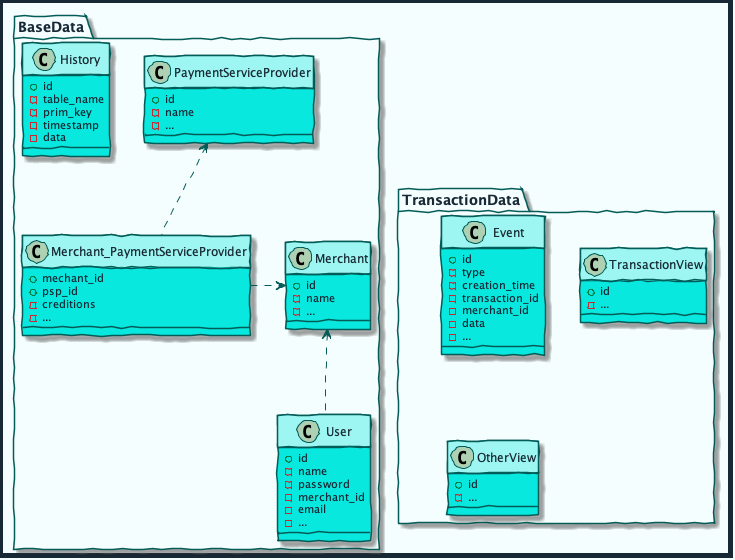
mobilabsolutions/stash-sdk-wiki keeps this PlantUML diagram as diagrams/out/erm.png. Above is the earlier version.
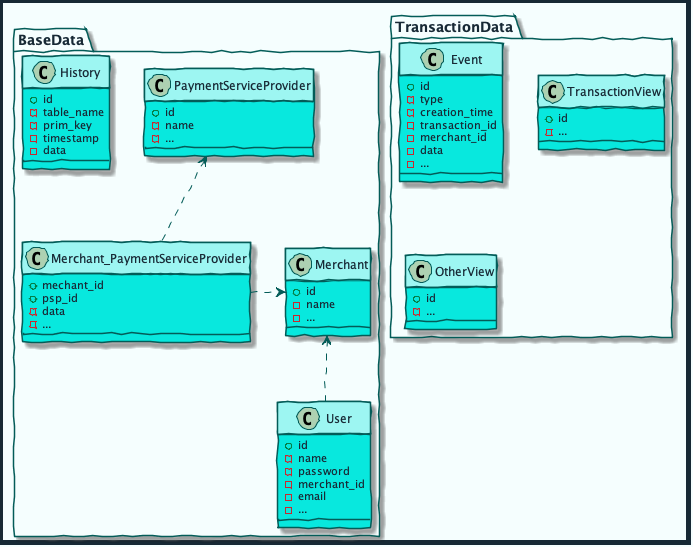
After the commit.

The edit, as a diff of the source:
```diff
@@ -56,7 +56,7 @@
     class Merchant_PaymentServiceProvider {
         + mechant_id
         + psp_id
-        - creditions
+        - data
         - ...
     }
 
@@ -102,5 +102,4 @@
     }
 }
 
-BaseData -[hidden]-> TransactionData
 @enduml
```
